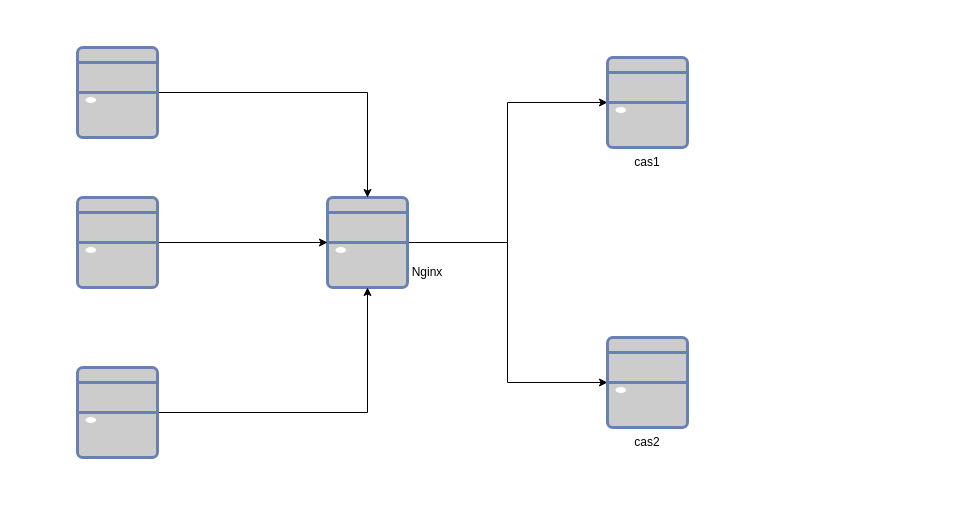
ciyuan1269691683/personal_picture_bed keeps this draw.io diagram as mango/cas服务端集群部署.drawio. Above is the earlier version. Source tidied: cells renumbered, new cells numbered last; positions are measured from the earlier drawing's top-left corner, leaving out a move shared by most shapes. Both pictures are drawn from the tidied source at 100%, with x=0, y=0 at pixel (77, 47).
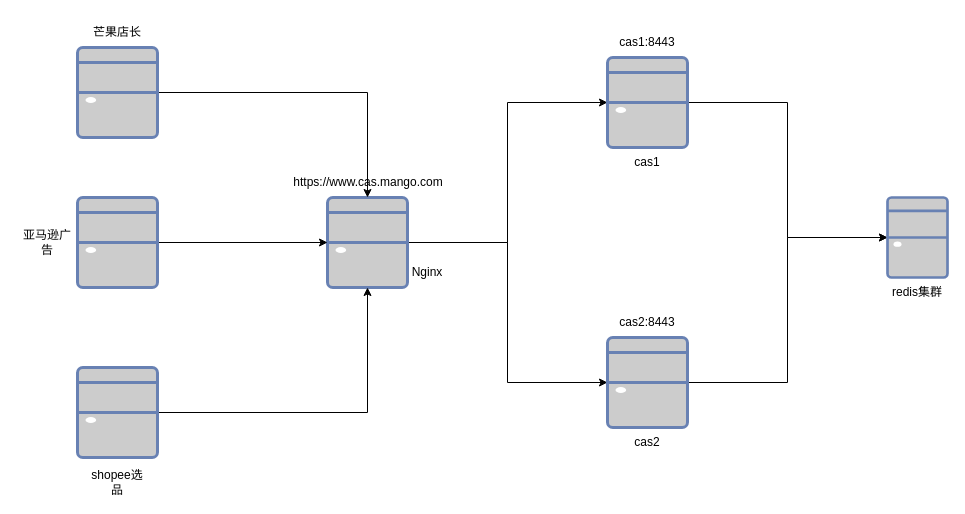
After the change.

Commit message (it also covers changes not shown here):
更新cas服务端集群部署.drawio

The change refers to these unchanged cells:
```xml
<mxCell id="5" style="fontColor=#0066CC;verticalAlign=top;verticalLabelPosition=bottom;labelPosition=center;align=center;html=1;outlineConnect=0;fillColor=#CCCCCC;strokeColor=#6881B3;gradientColor=none;gradientDirection=north;strokeWidth=2;shape=mxgraph.networks.desktop_pc;" parent="1" vertex="1">
  <mxGeometry x="530" y="290" width="80" height="90" as="geometry" />
</mxCell>
<mxCell id="6" style="fontColor=#0066CC;verticalAlign=top;verticalLabelPosition=bottom;labelPosition=center;align=center;html=1;outlineConnect=0;fillColor=#CCCCCC;strokeColor=#6881B3;gradientColor=none;gradientDirection=north;strokeWidth=2;shape=mxgraph.networks.desktop_pc;" parent="1" vertex="1">
  <mxGeometry x="530" y="10" width="80" height="90" as="geometry" />
</mxCell>
```

Change to the diagram source:
```diff
@@
+    <mxCell id="16" style="edgeStyle=orthogonalEdgeStyle;rounded=0;jettySize=auto;html=1;entryX=0;entryY=0.5;entryDx=0;entryDy=0;entryPerimeter=0;" parent="1" edge="1" source="5" target="24">
+      <mxGeometry relative="1" as="geometry" />
+    </mxCell>
@@
+    <mxCell id="17" style="edgeStyle=orthogonalEdgeStyle;rounded=0;jettySize=auto;html=1;exitX=1;exitY=0.5;exitDx=0;exitDy=0;exitPerimeter=0;entryX=0;entryY=0.5;entryDx=0;entryDy=0;entryPerimeter=0;" parent="1" edge="1" source="6" target="24">
+      <mxGeometry relative="1" as="geometry" />
+    </mxCell>
@@
+    <mxCell id="18" value="芒果店长" style="text;html=1;strokeColor=none;fillColor=none;align=center;verticalAlign=middle;whiteSpace=wrap;rounded=0;" parent="1" vertex="1">
+      <mxGeometry x="10" y="-30" width="60" height="30" as="geometry" />
+    </mxCell>
+    <mxCell id="19" value="亚马逊广告" style="text;html=1;strokeColor=none;fillColor=none;align=center;verticalAlign=middle;whiteSpace=wrap;rounded=0;" parent="1" vertex="1">
+      <mxGeometry x="-60" y="180" width="60" height="30" as="geometry" />
+    </mxCell>
+    <mxCell id="20" value="shopee选品" style="text;html=1;strokeColor=none;fillColor=none;align=center;verticalAlign=middle;whiteSpace=wrap;rounded=0;" parent="1" vertex="1">
+      <mxGeometry x="10" y="420" width="60" height="30" as="geometry" />
+    </mxCell>
+    <mxCell id="21" value="https://www.cas.mango.com" style="text;html=1;strokeColor=none;fillColor=none;align=center;verticalAlign=middle;whiteSpace=wrap;rounded=0;" parent="1" vertex="1">
+      <mxGeometry x="261" y="120" width="60" height="30" as="geometry" />
+    </mxCell>
+    <mxCell id="22" value="cas1:8443" style="text;html=1;strokeColor=none;fillColor=none;align=center;verticalAlign=middle;whiteSpace=wrap;rounded=0;" parent="1" vertex="1">
+      <mxGeometry x="540" y="-20" width="60" height="30" as="geometry" />
+    </mxCell>
+    <mxCell id="23" value="cas2:8443" style="text;html=1;strokeColor=none;fillColor=none;align=center;verticalAlign=middle;whiteSpace=wrap;rounded=0;" parent="1" vertex="1">
+      <mxGeometry x="540" y="260" width="60" height="30" as="geometry" />
+    </mxCell>
+    <mxCell id="24" style="fontColor=#0066CC;verticalAlign=top;verticalLabelPosition=bottom;labelPosition=center;align=center;html=1;outlineConnect=0;fillColor=#CCCCCC;strokeColor=#6881B3;gradientColor=none;gradientDirection=north;strokeWidth=2;shape=mxgraph.networks.desktop_pc;" parent="1" vertex="1">
+      <mxGeometry x="810" y="150" width="60" height="80" as="geometry" />
+    </mxCell>
+    <mxCell id="25" value="redis集群" style="text;html=1;strokeColor=none;fillColor=none;align=center;verticalAlign=middle;whiteSpace=wrap;rounded=0;" parent="1" vertex="1">
+      <mxGeometry x="810" y="230" width="60" height="30" as="geometry" />
+    </mxCell>
```
